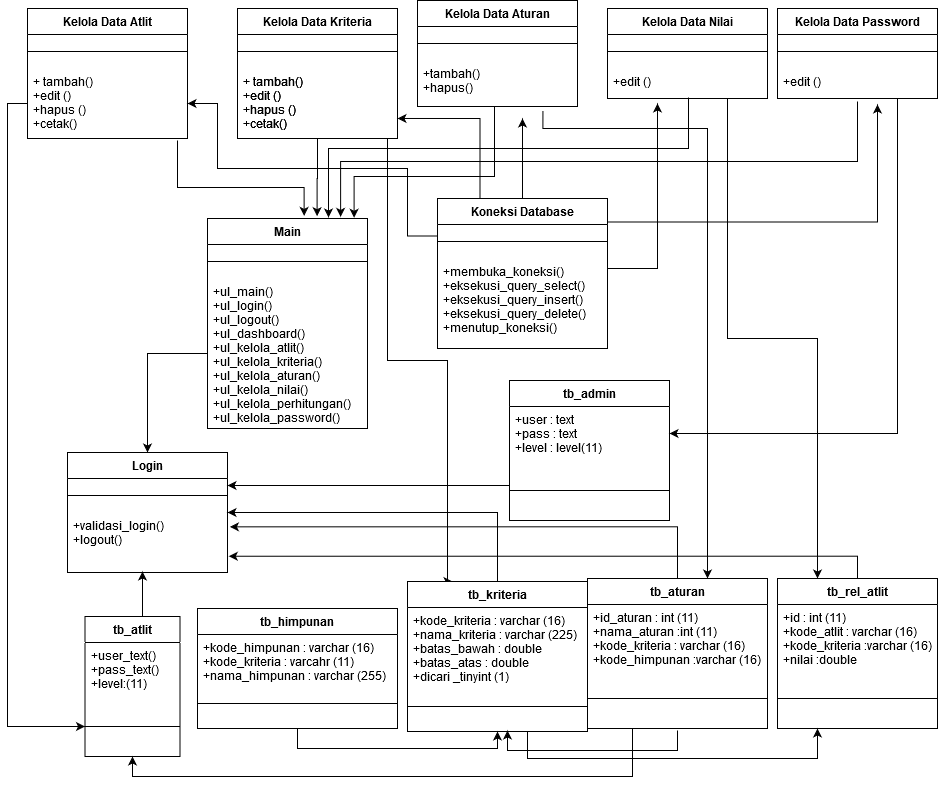
The draw.io diagram Untitled Diagram.png in NuriCandrawati/nuri-resolusi, before a commit. Source tidied: cells renumbered, new cells last; positions are measured from the earlier drawing's top-left corner, leaving out a move shared by most shapes.
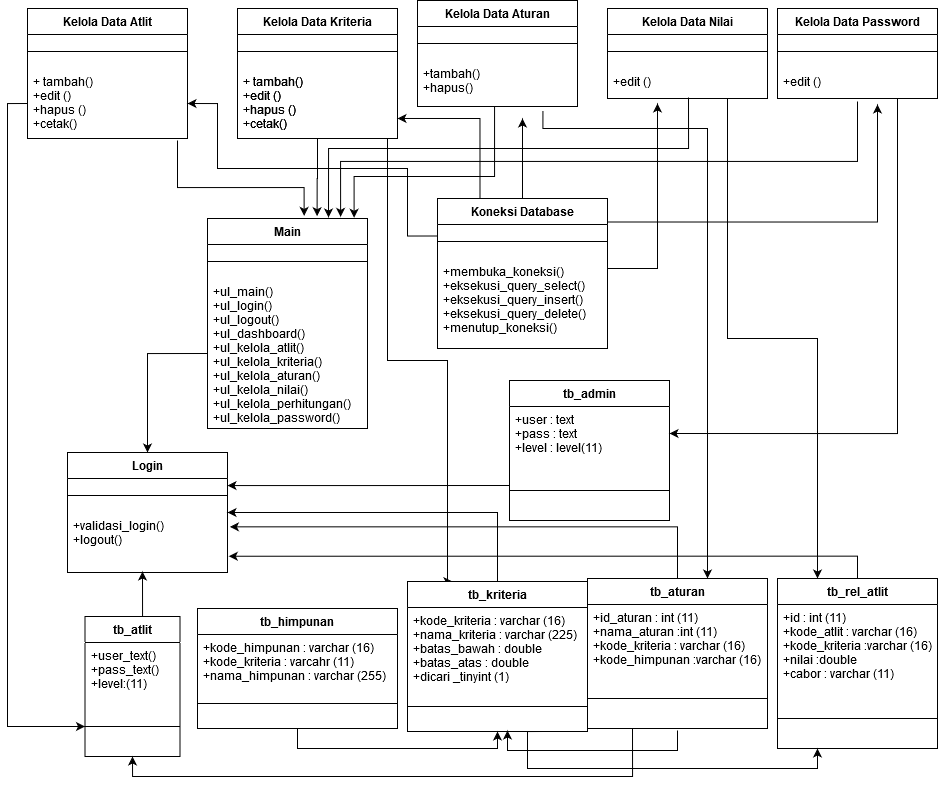
After the commit.

Change to the diagram source:
```diff
@@ -186,22 +186,25 @@
       <mxGeometry relative="1" as="geometry" />
     </mxCell>
     <mxCell id="43" value="tb_rel_atlit" style="swimlane;fontStyle=1;align=center;verticalAlign=top;horizontal=1;startSize=26;" parent="1" vertex="1">
-      <mxGeometry x="750" y="578" width="160" height="150" as="geometry" />
+      <mxGeometry x="750" y="578" width="160" height="170" as="geometry" />
     </mxCell>
-    <mxCell id="44" value="+id : int (11)&#10;+kode_atlit : varchar (16)&#10;+kode_kriteria :varchar (16)&#10;+nilai :double&#10;" style="text;strokeColor=none;fillColor=none;align=left;verticalAlign=top;spacingLeft=4;spacingRight=4;overflow=hidden;" parent="43" vertex="1">
-      <mxGeometry y="26" width="160" height="64" as="geometry" />
+    <mxCell id="44" value="+id : int (11)&#10;+kode_atlit : varchar (16)&#10;+kode_kriteria :varchar (16)&#10;+nilai :double&#10;+cabor : varchar (11)&#10;&#10;" style="text;strokeColor=none;fillColor=none;align=left;verticalAlign=top;spacingLeft=4;spacingRight=4;overflow=hidden;" parent="43" vertex="1">
+      <mxGeometry y="26" width="160" height="84" as="geometry" />
     </mxCell>
     <mxCell id="45" style="line;strokeWidth=1;fillColor=none;align=left;verticalAlign=middle;spacingTop=-1;spacingLeft=3;spacingRight=3;labelPosition=right;" parent="43" vertex="1">
-      <mxGeometry y="90" width="160" height="60" as="geometry" />
+      <mxGeometry y="110" width="160" height="60" as="geometry" />
     </mxCell>
     <mxCell id="46" style="edgeStyle=orthogonalEdgeStyle;rounded=0;jettySize=auto;html=1;exitX=0.5;exitY=0;exitDx=0;exitDy=0;entryX=1;entryY=0.5;entryDx=0;entryDy=0;" parent="1" edge="1" source="48" target="55">
       <mxGeometry relative="1" as="geometry" />
     </mxCell>
-    <mxCell id="47" style="edgeStyle=orthogonalEdgeStyle;rounded=0;jettySize=auto;html=1;exitX=0.75;exitY=1;exitDx=0;exitDy=0;entryX=0.25;entryY=1;entryDx=0;entryDy=0;" parent="1" edge="1" source="48" target="43">
+    <mxCell id="47" style="edgeStyle=orthogonalEdgeStyle;rounded=0;orthogonalLoop=1;jettySize=auto;html=1;exitX=0.75;exitY=1;exitDx=0;exitDy=0;entryX=0.25;entryY=1;entryDx=0;entryDy=0;" parent="1" edge="1">
       <mxGeometry relative="1" as="geometry">
+        <mxPoint x="515" y="731" as="sourcePoint" />
+        <mxPoint x="790" y="748" as="targetPoint" />
         <Array as="points">
-          <mxPoint x="500" y="758" />
-          <mxPoint x="790" y="758" />
+          <mxPoint x="500" y="731" />
+          <mxPoint x="500" y="768" />
+          <mxPoint x="790" y="768" />
         </Array>
       </mxGeometry>
     </mxCell>
```
